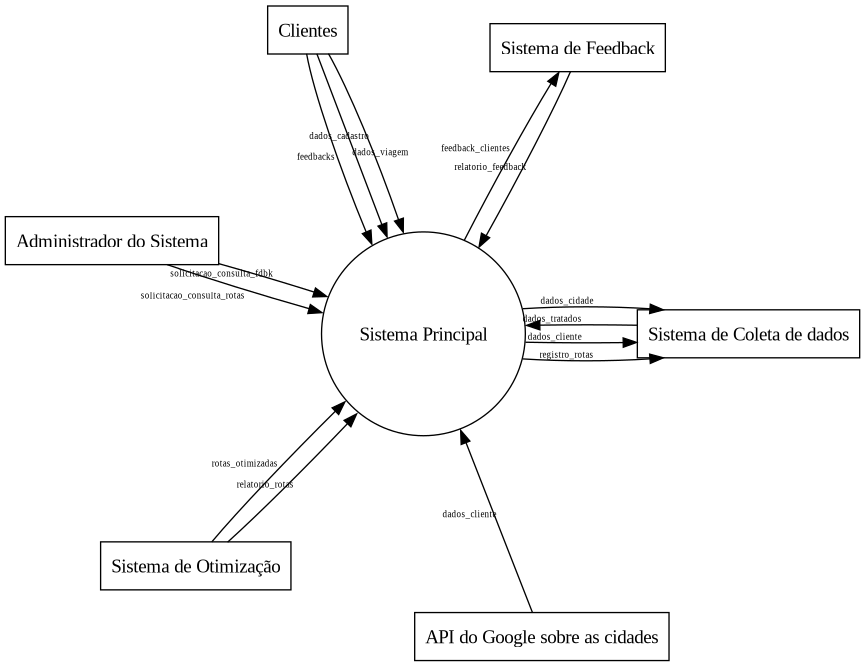
Earlier version of the Graphviz export Relatório/Semana-1/Diagramas/DFD0.png (pedrodilallo/site_turismo_SIG). Its source is kept beside it as Relatório/Semana-1/Diagramas/DFD0.gv.
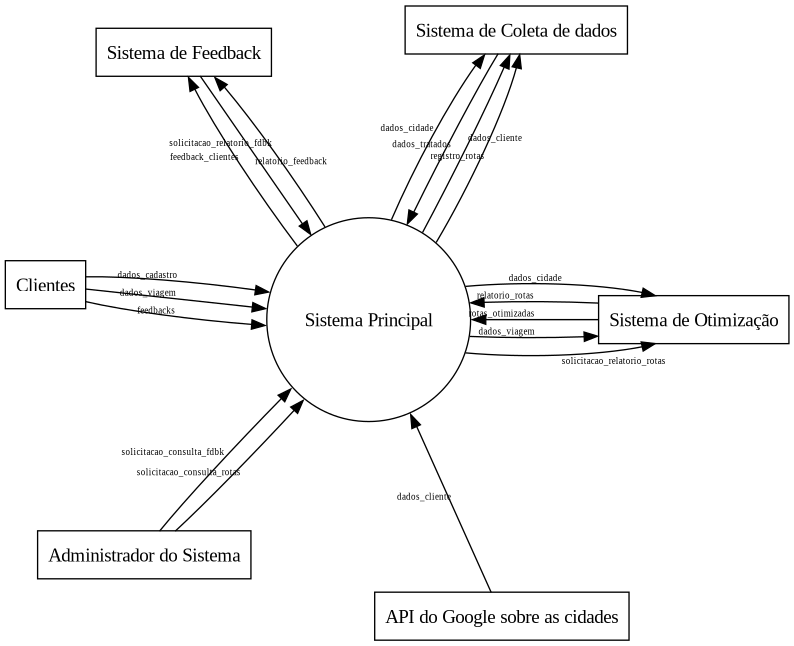
The same file after the commit.

Commit message:
Correções DFD

The edit, as a diff of the source:
```diff
@@ -42,6 +42,13 @@
     sistema -> coletador[label="dados_cliente"]
 
     sistema -> feedback[label="feedback_clientes"]
+    sistema -> feedback[label="solicitacao_relatorio_fdbk"]
+
+
+    sistema -> otimizador[label="dados_cidade"]
+    sistema -> otimizador[label="solicitacao_relatorio_rotas"]
+    sistema -> otimizador[label="dados_viagem"]
+
 
 
 }
```
